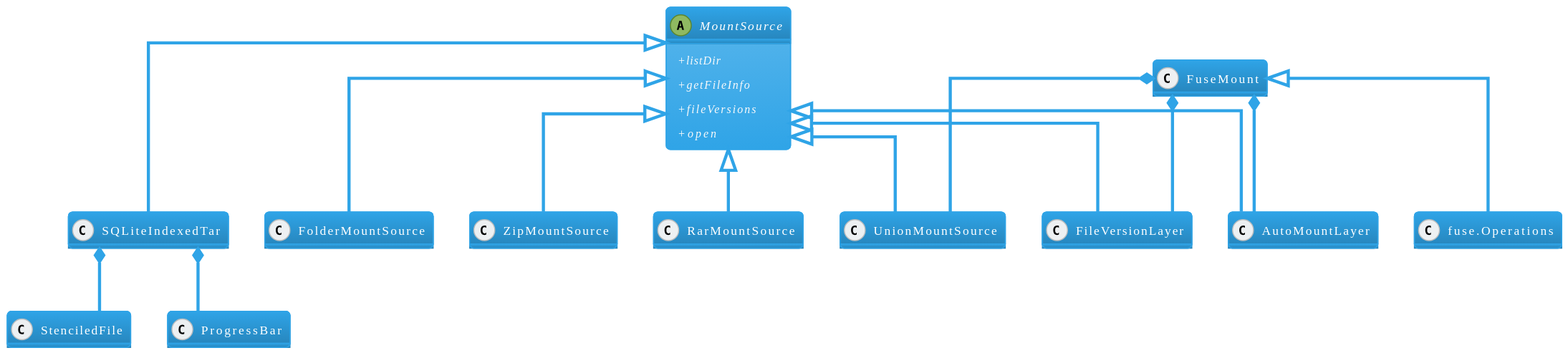
Before: core/doc/MountSource.svg, a diagram exported from PlantUML (mxmlnkn/ratarmount). Source of this version:
```plantuml
@startuml

!theme cerulean


skinparam backgroundColor #FFFFFF

skinparam classAttributeIconSize 0

set namespaceSeparator ::

hide empty
hide empty members



skinparam linetype ortho


class StenciledFile
class ProgressBar

abstract class MountSource {
    +{abstract} listDir
    +{abstract} getFileInfo
    +{abstract} fileVersions
    +{abstract} open
}

class SQLiteIndexedTar

SQLiteIndexedTar *-- StenciledFile
SQLiteIndexedTar *-- ProgressBar

class FolderMountSource
class ZipMountSource
class RarMountSource

class UnionMountSource
class FileVersionLayer

MountSource <|-- SQLiteIndexedTar
MountSource <|-- FolderMountSource
MountSource <|-- ZipMountSource
MountSource <|-- RarMountSource

MountSource <|-- AutoMountLayer
MountSource <|-- UnionMountSource
MountSource <|-- FileVersionLayer

class fuse.Operations

class FuseMount

FuseMount <|-- fuse.Operations

FuseMount *-- AutoMountLayer
FuseMount *-- UnionMountSource
FuseMount *-- FileVersionLayer

@enduml
```
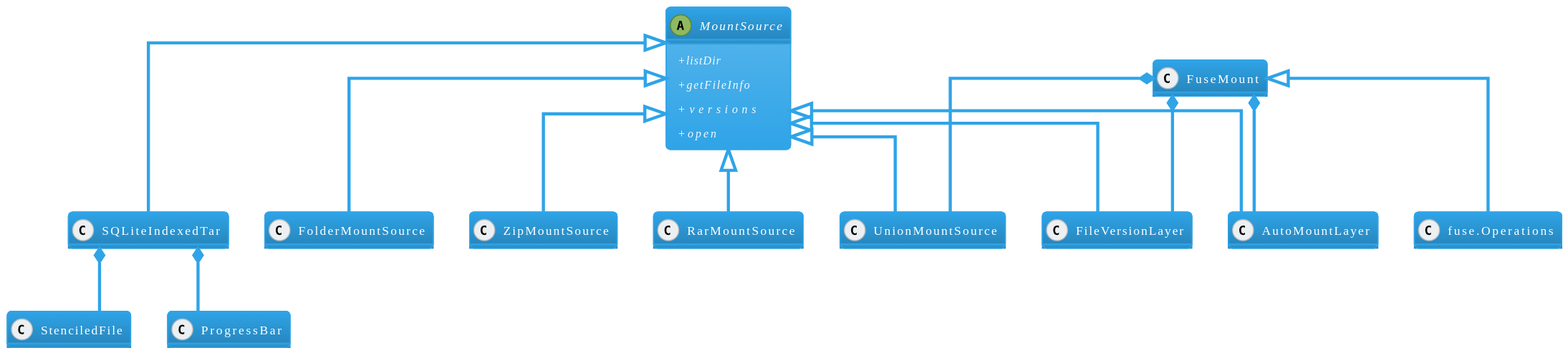
Above is the later version.

What changed in the source:
```diff
@@ -23,7 +23,7 @@
 abstract class MountSource {
     +{abstract} listDir
     +{abstract} getFileInfo
-    +{abstract} fileVersions
+    +{abstract} versions
     +{abstract} open
 }
 
```
